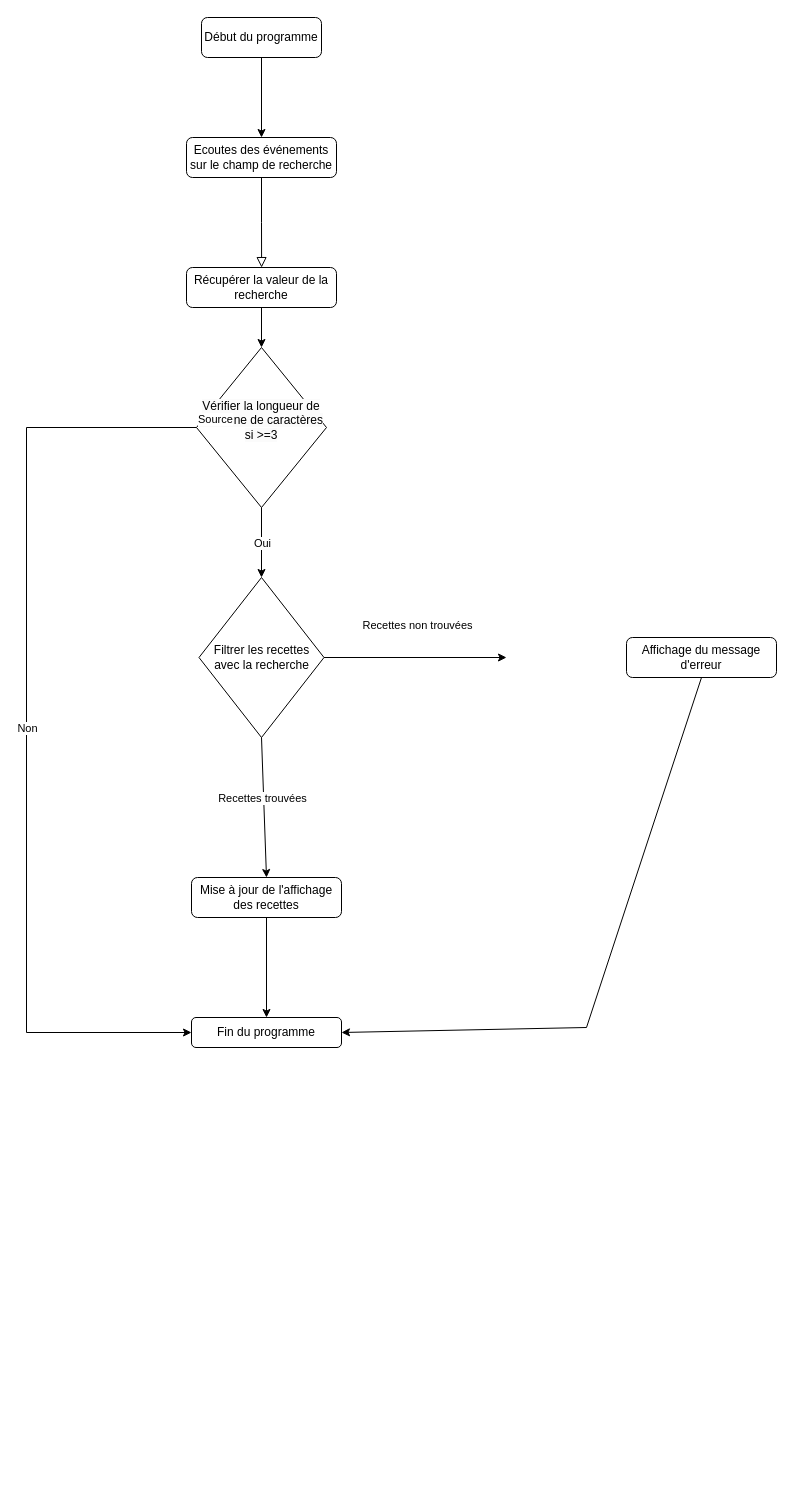
This is Les_petits_plats.drawio from Courleciel/Les-petits-plats, a draw.io file, before an edit. Source tidied: cells renumbered, new cells numbered last; positions are measured from the earlier drawing's top-left corner, leaving out a move shared by most shapes. Both pictures are drawn from the tidied source at 100%, with x=0, y=0 at pixel (26, 17).
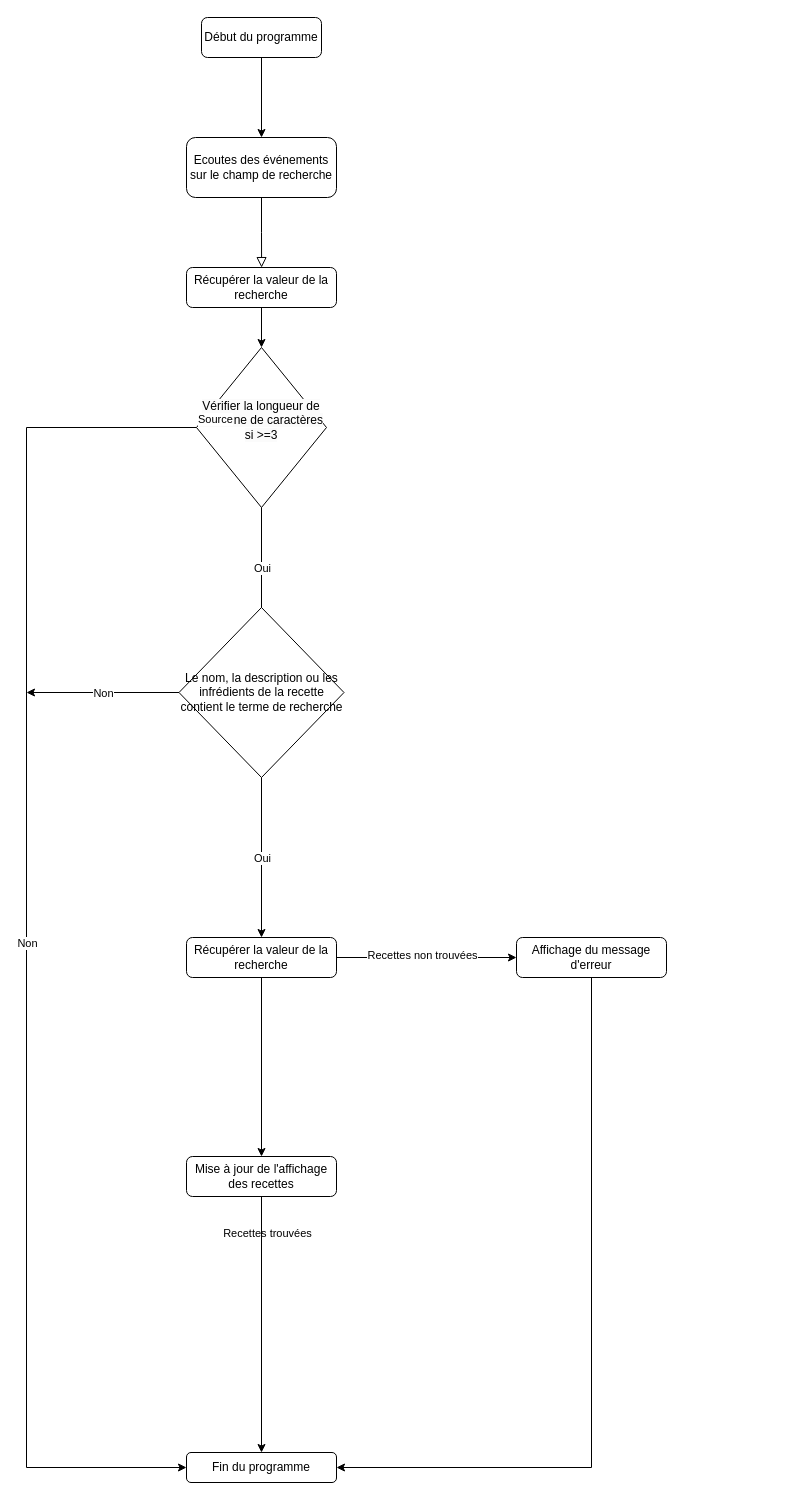
The same page after the edit.

Commit message:
Mettre à jour Les_petits_plats.drawio

Unchanged cells that the change refers to:
```xml
<mxCell id="18" value="&#10;&lt;span style=&quot;color: rgb(0, 0, 0); font-family: Helvetica; font-size: 12px; font-style: normal; font-variant-ligatures: normal; font-variant-caps: normal; font-weight: 400; letter-spacing: normal; orphans: 2; text-align: center; text-indent: 0px; text-transform: none; widows: 2; word-spacing: 0px; -webkit-text-stroke-width: 0px; white-space: normal; background-color: rgb(251, 251, 251); text-decoration-thickness: initial; text-decoration-style: initial; text-decoration-color: initial; display: inline !important; float: none;&quot;&gt;Vérifier la longueur de la chaine de caractères si &amp;gt;=3&lt;/span&gt;&#10;&#10;" style="rhombus;whiteSpace=wrap;html=1;" parent="1" vertex="1">
  <mxGeometry x="170" y="330" width="130" height="160" as="geometry" />
</mxCell>
```

Change to the diagram source:
```diff
@@
     <mxCell id="3" value="Ecoutes des événements sur le champ de recherche" style="rounded=1;whiteSpace=wrap;html=1;fontSize=12;glass=0;strokeWidth=1;shadow=0;" parent="1" vertex="1">
-      <mxGeometry x="160" y="120" width="150" height="40" as="geometry" />
+      <mxGeometry x="160" y="120" width="150" height="60" as="geometry" />
     </mxCell>
@@
-    <mxCell id="8" value="Filtrer les recettes avec la recherche" style="rhombus;whiteSpace=wrap;html=1;" parent="1" vertex="1">
-      <mxGeometry x="172.5" y="560" width="125" height="160" as="geometry" />
-    </mxCell>
     <mxCell id="9" value="Mise à jour de l'affichage des recettes" style="rounded=1;whiteSpace=wrap;html=1;fontSize=12;glass=0;strokeWidth=1;shadow=0;" parent="1" vertex="1">
-      <mxGeometry x="165" y="860" width="150" height="40" as="geometry" />
+      <mxGeometry x="160" y="1139" width="150" height="40" as="geometry" />
     </mxCell>
-    <mxCell id="10" style="endArrow=classic;html=1;rounded=0;exitX=0.5;exitY=1;exitDx=0;exitDy=0;entryX=0.5;entryY=0;entryDx=0;entryDy=0;" parent="1" edge="1" source="8" target="9">
+    <mxCell id="10" style="endArrow=classic;html=1;rounded=0;exitX=0.5;exitY=1;exitDx=0;exitDy=0;entryX=0.5;entryY=0;entryDx=0;entryDy=0;" parent="1" edge="1" source="27" target="9">
       <mxGeometry relative="1" as="geometry" />
     </mxCell>
     <mxCell id="11" value="Recettes trouvées" style="edgeLabel;html=1;align=center;verticalAlign=middle;" parent="1" vertex="1">
-      <mxGeometry x="235" y="780" as="geometry" />
+      <mxGeometry x="240" y="1215" as="geometry" />
     </mxCell>
-    <mxCell id="12" style="endArrow=classic;html=1;rounded=0;exitX=1;exitY=0.5;exitDx=0;exitDy=0;" parent="1" edge="1" source="8">
-      <mxGeometry relative="1" as="geometry">
-        <mxPoint x="480" y="640" as="targetPoint" />
-      </mxGeometry>
+    <mxCell id="12" style="endArrow=classic;html=1;rounded=0;exitX=1;exitY=0.5;exitDx=0;exitDy=0;entryX=0;entryY=0.5;entryDx=0;entryDy=0;" parent="1" edge="1" source="27" target="14">
+      <mxGeometry relative="1" as="geometry" />
     </mxCell>
     <mxCell id="13" value="Recettes non trouvées" style="edgeLabel;html=1;align=center;verticalAlign=middle;" parent="1" vertex="1">
-      <mxGeometry x="355" y="610" as="geometry">
+      <mxGeometry x="360" y="940" as="geometry">
         <mxPoint x="35" y="-3" as="offset" />
       </mxGeometry>
     </mxCell>
     <mxCell id="14" value="Affichage du message d'erreur" style="rounded=1;whiteSpace=wrap;html=1;fontSize=12;glass=0;strokeWidth=1;shadow=0;" parent="1" vertex="1">
-      <mxGeometry x="600" y="620" width="150" height="40" as="geometry" />
+      <mxGeometry x="490" y="920" width="150" height="40" as="geometry" />
     </mxCell>
     <mxCell id="15" value="Fin du programme" style="rounded=1;whiteSpace=wrap;html=1;fontSize=12;glass=0;strokeWidth=1;shadow=0;" parent="1" vertex="1">
-      <mxGeometry x="165" y="1000" width="150" height="30" as="geometry" />
+      <mxGeometry x="160" y="1435" width="150" height="30" as="geometry" />
     </mxCell>
     <mxCell id="16" style="endArrow=classic;html=1;rounded=0;exitX=0.5;exitY=1;exitDx=0;exitDy=0;entryX=1;entryY=0.5;entryDx=0;entryDy=0;" parent="1" edge="1" source="14" target="15">
       <mxGeometry relative="1" as="geometry">
         <Array as="points">
-          <mxPoint x="560" y="1010" />
+          <mxPoint x="565" y="1450" />
         </Array>
       </mxGeometry>
     </mxCell>
@@
-    <mxCell id="19" style="endArrow=classic;html=1;rounded=0;exitX=0.5;exitY=1;exitDx=0;exitDy=0;entryX=0.5;entryY=0;entryDx=0;entryDy=0;" parent="1" edge="1" source="18" target="8">
-      <mxGeometry relative="1" as="geometry" />
+    <mxCell id="19" style="endArrow=classic;html=1;rounded=0;exitX=0.5;exitY=1;exitDx=0;exitDy=0;entryX=0.5;entryY=0;entryDx=0;entryDy=0;" parent="1" edge="1" source="18" target="24">
+      <mxGeometry relative="1" as="geometry">
+        <Array as="points">
+          <mxPoint x="235" y="600" />
+        </Array>
+      </mxGeometry>
     </mxCell>
@@
     <mxCell id="21" style="endArrow=classic;html=1;rounded=0;exitX=0;exitY=0.5;exitDx=0;exitDy=0;entryX=0;entryY=0.5;entryDx=0;entryDy=0;" parent="1" edge="1" source="18" target="15">
       <mxGeometry relative="1" as="geometry">
         <Array as="points">
           <mxPoint y="410" />
-          <mxPoint y="1015" />
+          <mxPoint y="1450" />
         </Array>
       </mxGeometry>
     </mxCell>
@@
+    <mxCell id="24" value="Le nom, la description ou les infrédients de la recette contient le terme de recherche" style="rhombus;whiteSpace=wrap;html=1;" parent="1" vertex="1">
+      <mxGeometry x="152.5" y="590" width="165" height="170" as="geometry" />
+    </mxCell>
+    <mxCell id="25" style="endArrow=classic;html=1;rounded=0;exitX=0.5;exitY=1;exitDx=0;exitDy=0;" parent="1" edge="1" source="24">
+      <mxGeometry relative="1" as="geometry">
+        <mxPoint x="235" y="920" as="targetPoint" />
+      </mxGeometry>
+    </mxCell>
+    <mxCell id="26" value="Oui" style="edgeLabel;html=1;align=center;verticalAlign=middle;" parent="25" vertex="1">
+      <mxGeometry relative="1" as="geometry" />
+    </mxCell>
+    <mxCell id="27" value="Récupérer la valeur de la recherche" style="rounded=1;whiteSpace=wrap;html=1;fontSize=12;glass=0;strokeWidth=1;shadow=0;" parent="1" vertex="1">
+      <mxGeometry x="160" y="920" width="150" height="40" as="geometry" />
+    </mxCell>
+    <mxCell id="28" style="endArrow=classic;html=1;rounded=0;exitX=0;exitY=0.5;exitDx=0;exitDy=0;" parent="1" edge="1" source="24">
+      <mxGeometry relative="1" as="geometry">
+        <mxPoint y="675" as="targetPoint" />
+      </mxGeometry>
+    </mxCell>
+    <mxCell id="29" value="Non" style="edgeLabel;html=1;align=center;verticalAlign=middle;" parent="28" vertex="1">
+      <mxGeometry relative="1" as="geometry" />
+    </mxCell>
```
